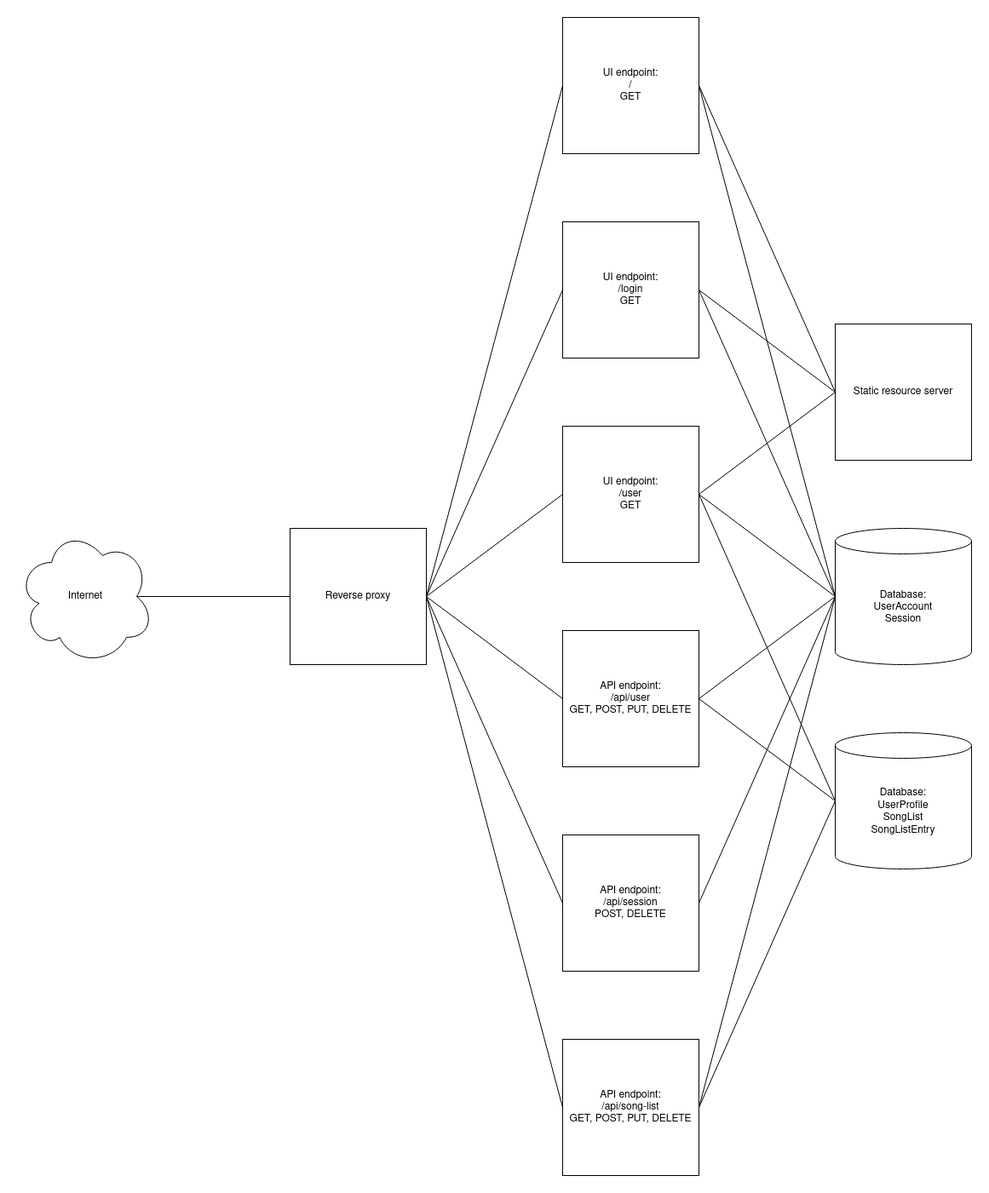
The draw.io diagram readme_assets/architecture.png in shinhugh/top-ten-playlist, before a commit. Source tidied: cells renumbered, new cells last; positions are measured from the earlier drawing's top-left corner, leaving out a move shared by most shapes.
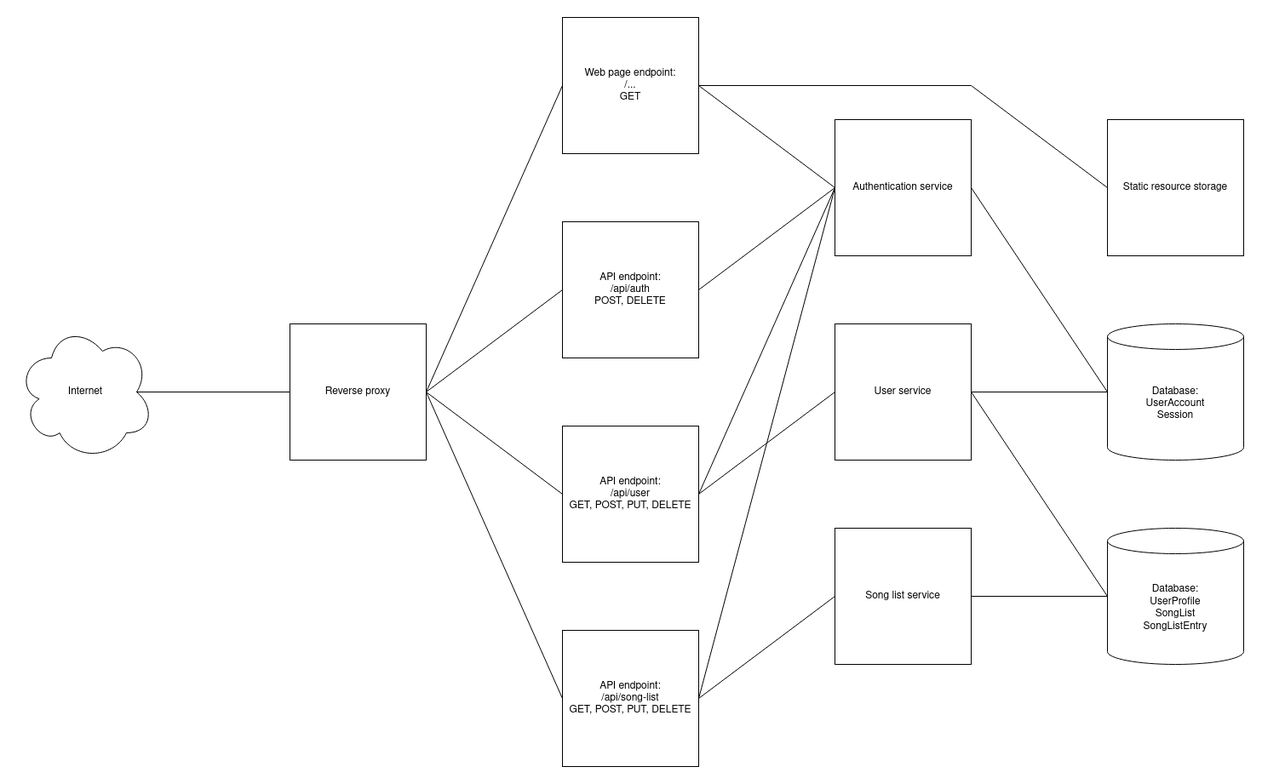
The same file after the commit.

Change to the diagram source:
```diff
@@ -3,94 +3,92 @@
     <mxCell id="0" />
     <mxCell id="1" parent="0" />
     <mxCell id="2" value="Internet" style="ellipse;shape=cloud;whiteSpace=wrap;html=1;fontSize=12;" parent="1" vertex="1">
-      <mxGeometry y="600" width="160" height="160" as="geometry" />
+      <mxGeometry x="1040" y="-1360" width="160" height="160" as="geometry" />
     </mxCell>
     <mxCell id="3" value="Reverse proxy" style="rounded=0;whiteSpace=wrap;html=1;fontSize=12;" parent="1" vertex="1">
-      <mxGeometry x="320" y="600" width="160" height="160" as="geometry" />
+      <mxGeometry x="1360" y="-1360" width="160" height="160" as="geometry" />
     </mxCell>
-    <mxCell id="4" value="Static resource server" style="rounded=0;whiteSpace=wrap;html=1;fontSize=12;" parent="1" vertex="1">
-      <mxGeometry x="960" y="360" width="160" height="160" as="geometry" />
-    </mxCell>
+    <mxCell id="32" value="Static resource storage" style="rounded=0;whiteSpace=wrap;html=1;fontSize=12;" parent="1" vertex="1">
+      <mxGeometry x="2320" y="-1600" width="160" height="160" as="geometry" />
+    </mxCell>
     <mxCell id="5" style="endArrow=none;startArrow=none;html=1;rounded=0;fontSize=12;startFill=0;endFill=0;entryX=0;entryY=0.5;entryDx=0;entryDy=0;exitX=0.875;exitY=0.5;exitDx=0;exitDy=0;exitPerimeter=0;" parent="1" edge="1" source="2" target="3">
       <mxGeometry relative="1" as="geometry" />
     </mxCell>
     <mxCell id="6" value="&lt;div&gt;Database:&lt;/div&gt;&lt;div&gt;UserAccount&lt;/div&gt;&lt;div&gt;Session&lt;/div&gt;" style="shape=cylinder3;whiteSpace=wrap;html=1;boundedLbl=1;backgroundOutline=1;size=15;fontSize=12;" parent="1" vertex="1">
-      <mxGeometry x="960" y="600" width="160" height="160" as="geometry" />
+      <mxGeometry x="2320" y="-1360" width="160" height="160" as="geometry" />
     </mxCell>
     <mxCell id="7" value="&lt;div&gt;Database:&lt;/div&gt;&lt;div&gt;UserProfile&lt;/div&gt;&lt;div&gt;SongList&lt;/div&gt;&lt;div&gt;SongListEntry&lt;/div&gt;" style="shape=cylinder3;whiteSpace=wrap;html=1;boundedLbl=1;backgroundOutline=1;size=15;fontSize=12;" parent="1" vertex="1">
-      <mxGeometry x="960" y="840" width="160" height="160" as="geometry" />
+      <mxGeometry x="2320" y="-1120" width="160" height="160" as="geometry" />
     </mxCell>
-    <mxCell id="8" value="&lt;div&gt;API endpoint:&lt;/div&gt;&lt;div&gt;/api/session&lt;/div&gt;&lt;div&gt;POST, DELETE&lt;br&gt;&lt;/div&gt;" style="rounded=0;whiteSpace=wrap;html=1;fontSize=12;" parent="1" vertex="1">
-      <mxGeometry x="640" y="960" width="160" height="160" as="geometry" />
-    </mxCell>
-    <mxCell id="9" style="endArrow=none;startArrow=none;html=1;rounded=0;fontSize=12;startFill=0;endFill=0;exitX=1;exitY=0.5;exitDx=0;exitDy=0;entryX=0;entryY=0.5;entryDx=0;entryDy=0;" parent="1" edge="1" source="3" target="8">
-      <mxGeometry relative="1" as="geometry" />
-    </mxCell>
-    <mxCell id="10" value="&lt;div&gt;UI endpoint:&lt;/div&gt;&lt;div&gt;/user&lt;/div&gt;&lt;div&gt;GET&lt;br&gt;&lt;/div&gt;" style="rounded=0;whiteSpace=wrap;html=1;fontSize=12;" parent="1" vertex="1">
-      <mxGeometry x="640" y="480" width="160" height="160" as="geometry" />
-    </mxCell>
-    <mxCell id="11" style="endArrow=none;startArrow=none;html=1;rounded=0;fontSize=12;startFill=0;endFill=0;exitX=1;exitY=0.5;exitDx=0;exitDy=0;entryX=0;entryY=0.5;entryDx=0;entryDy=0;" parent="1" edge="1" source="3" target="10">
-      <mxGeometry relative="1" as="geometry" />
-    </mxCell>
-    <mxCell id="12" style="endArrow=none;html=1;rounded=0;fontSize=20;exitX=1;exitY=0.5;exitDx=0;exitDy=0;entryX=0;entryY=0.5;entryDx=0;entryDy=0;" parent="1" edge="1" source="10" target="4">
-      <mxGeometry relative="1" as="geometry" />
-    </mxCell>
-    <mxCell id="13" style="endArrow=none;html=1;rounded=0;fontSize=20;exitX=1;exitY=0.5;exitDx=0;exitDy=0;entryX=0;entryY=0.5;entryDx=0;entryDy=0;entryPerimeter=0;" parent="1" edge="1" source="10" target="6">
-      <mxGeometry relative="1" as="geometry" />
-    </mxCell>
-    <mxCell id="14" style="endArrow=none;html=1;rounded=0;fontSize=20;exitX=1;exitY=0.5;exitDx=0;exitDy=0;entryX=0;entryY=0.5;entryDx=0;entryDy=0;entryPerimeter=0;" parent="1" edge="1" source="8" target="6">
-      <mxGeometry relative="1" as="geometry" />
-    </mxCell>
+    <mxCell id="33" value="&lt;div&gt;API endpoint:&lt;/div&gt;&lt;div&gt;/api/auth&lt;/div&gt;&lt;div&gt;POST, DELETE&lt;br&gt;&lt;/div&gt;" style="rounded=0;whiteSpace=wrap;html=1;fontSize=12;" parent="1" vertex="1">
+      <mxGeometry x="1680" y="-1480" width="160" height="160" as="geometry" />
+    </mxCell>
+    <mxCell id="34" style="endArrow=none;startArrow=none;html=1;rounded=0;fontSize=12;startFill=0;endFill=0;exitX=1;exitY=0.5;exitDx=0;exitDy=0;entryX=0;entryY=0.5;entryDx=0;entryDy=0;" parent="1" edge="1" source="3" target="33">
+      <mxGeometry relative="1" as="geometry" />
+    </mxCell>
     <mxCell id="15" value="&lt;div&gt;API endpoint:&lt;/div&gt;&lt;div&gt;/api/user&lt;/div&gt;&lt;div&gt;GET, POST, PUT, DELETE&lt;br&gt;&lt;/div&gt;" style="rounded=0;whiteSpace=wrap;html=1;fontSize=12;" parent="1" vertex="1">
-      <mxGeometry x="640" y="720" width="160" height="160" as="geometry" />
+      <mxGeometry x="1680" y="-1240" width="160" height="160" as="geometry" />
     </mxCell>
     <mxCell id="16" style="endArrow=none;html=1;rounded=0;fontSize=20;exitX=1;exitY=0.5;exitDx=0;exitDy=0;entryX=0;entryY=0.5;entryDx=0;entryDy=0;" parent="1" edge="1" source="3" target="15">
       <mxGeometry relative="1" as="geometry" />
     </mxCell>
-    <mxCell id="17" style="endArrow=none;html=1;rounded=0;fontSize=20;exitX=1;exitY=0.5;exitDx=0;exitDy=0;entryX=0;entryY=0.5;entryDx=0;entryDy=0;entryPerimeter=0;" parent="1" edge="1" source="15" target="6">
-      <mxGeometry relative="1" as="geometry" />
-    </mxCell>
     <mxCell id="18" value="&lt;div&gt;API endpoint:&lt;/div&gt;&lt;div&gt;/api/song-list&lt;/div&gt;&lt;div&gt;GET, POST, PUT, DELETE&lt;br&gt;&lt;/div&gt;" style="rounded=0;whiteSpace=wrap;html=1;fontSize=12;" parent="1" vertex="1">
-      <mxGeometry x="640" y="1200" width="160" height="160" as="geometry" />
+      <mxGeometry x="1680" y="-1000" width="160" height="160" as="geometry" />
     </mxCell>
-    <mxCell id="19" style="endArrow=none;html=1;rounded=0;fontSize=20;entryX=0;entryY=0.5;entryDx=0;entryDy=0;entryPerimeter=0;exitX=1;exitY=0.5;exitDx=0;exitDy=0;" parent="1" edge="1" source="15" target="7">
-      <mxGeometry relative="1" as="geometry" />
-    </mxCell>
-    <mxCell id="20" style="endArrow=none;html=1;rounded=0;fontSize=20;exitX=1;exitY=0.5;exitDx=0;exitDy=0;entryX=0;entryY=0.5;entryDx=0;entryDy=0;entryPerimeter=0;" parent="1" edge="1" source="18" target="6">
-      <mxGeometry relative="1" as="geometry" />
-    </mxCell>
-    <mxCell id="21" style="endArrow=none;html=1;rounded=0;fontSize=20;exitX=1;exitY=0.5;exitDx=0;exitDy=0;entryX=0;entryY=0.5;entryDx=0;entryDy=0;entryPerimeter=0;" parent="1" edge="1" source="18" target="7">
-      <mxGeometry relative="1" as="geometry" />
-    </mxCell>
     <mxCell id="22" style="endArrow=none;startArrow=none;html=1;rounded=0;fontSize=12;startFill=0;endFill=0;entryX=0;entryY=0.5;entryDx=0;entryDy=0;exitX=1;exitY=0.5;exitDx=0;exitDy=0;" parent="1" edge="1" source="3" target="18">
       <mxGeometry relative="1" as="geometry" />
     </mxCell>
-    <mxCell id="23" value="&lt;div&gt;UI endpoint:&lt;/div&gt;&lt;div&gt;/login&lt;/div&gt;&lt;div&gt;GET&lt;/div&gt;" style="rounded=0;whiteSpace=wrap;html=1;fontSize=12;" parent="1" vertex="1">
-      <mxGeometry x="640" y="240" width="160" height="160" as="geometry" />
-    </mxCell>
-    <mxCell id="24" value="&lt;div&gt;UI endpoint:&lt;/div&gt;&lt;div&gt;/&lt;/div&gt;&lt;div&gt;GET&lt;/div&gt;" style="rounded=0;whiteSpace=wrap;html=1;fontSize=12;" parent="1" vertex="1">
-      <mxGeometry x="640" width="160" height="160" as="geometry" />
-    </mxCell>
-    <mxCell id="25" style="endArrow=none;startArrow=none;html=1;rounded=0;fontSize=12;startFill=0;endFill=0;exitX=1;exitY=0.5;exitDx=0;exitDy=0;entryX=0;entryY=0.5;entryDx=0;entryDy=0;" parent="1" edge="1" source="3" target="23">
-      <mxGeometry relative="1" as="geometry" />
-    </mxCell>
-    <mxCell id="26" style="endArrow=none;startArrow=none;html=1;rounded=0;fontSize=12;startFill=0;endFill=0;entryX=0;entryY=0.5;entryDx=0;entryDy=0;exitX=1;exitY=0.5;exitDx=0;exitDy=0;" parent="1" edge="1" source="3" target="24">
-      <mxGeometry relative="1" as="geometry" />
-    </mxCell>
-    <mxCell id="27" style="endArrow=none;html=1;rounded=0;fontSize=20;exitX=1;exitY=0.5;exitDx=0;exitDy=0;entryX=0;entryY=0.5;entryDx=0;entryDy=0;" parent="1" edge="1" source="24" target="4">
-      <mxGeometry relative="1" as="geometry" />
-    </mxCell>
-    <mxCell id="28" style="endArrow=none;html=1;rounded=0;fontSize=20;exitX=1;exitY=0.5;exitDx=0;exitDy=0;entryX=0;entryY=0.5;entryDx=0;entryDy=0;" parent="1" edge="1" source="23" target="4">
-      <mxGeometry relative="1" as="geometry" />
-    </mxCell>
-    <mxCell id="29" style="endArrow=none;html=1;rounded=0;fontSize=20;entryX=0;entryY=0.5;entryDx=0;entryDy=0;entryPerimeter=0;exitX=1;exitY=0.5;exitDx=0;exitDy=0;" parent="1" edge="1" source="10" target="7">
-      <mxGeometry relative="1" as="geometry" />
-    </mxCell>
-    <mxCell id="30" style="endArrow=none;html=1;rounded=0;fontSize=20;exitX=1;exitY=0.5;exitDx=0;exitDy=0;entryX=0;entryY=0.5;entryDx=0;entryDy=0;entryPerimeter=0;" parent="1" edge="1" source="23" target="6">
-      <mxGeometry relative="1" as="geometry" />
-    </mxCell>
-    <mxCell id="31" style="endArrow=none;html=1;rounded=0;fontSize=20;entryX=0;entryY=0.5;entryDx=0;entryDy=0;exitX=1;exitY=0.5;exitDx=0;exitDy=0;entryPerimeter=0;" parent="1" edge="1" source="24" target="6">
-      <mxGeometry relative="1" as="geometry" />
-    </mxCell>
+    <mxCell id="35" value="&lt;div&gt;Web page endpoint:&lt;/div&gt;&lt;div&gt;/...&lt;br&gt;&lt;/div&gt;&lt;div&gt;GET&lt;/div&gt;" style="rounded=0;whiteSpace=wrap;html=1;fontSize=12;" parent="1" vertex="1">
+      <mxGeometry x="1680" y="-1720" width="160" height="160" as="geometry" />
+    </mxCell>
+    <mxCell id="36" style="endArrow=none;startArrow=none;html=1;rounded=0;fontSize=12;startFill=0;endFill=0;entryX=0;entryY=0.5;entryDx=0;entryDy=0;exitX=1;exitY=0.5;exitDx=0;exitDy=0;" parent="1" edge="1" source="3" target="35">
+      <mxGeometry relative="1" as="geometry" />
+    </mxCell>
+    <mxCell id="37" value="Authentication service" style="rounded=0;whiteSpace=wrap;html=1;fontSize=12;" parent="1" vertex="1">
+      <mxGeometry x="2000" y="-1600" width="160" height="160" as="geometry" />
+    </mxCell>
+    <mxCell id="38" value="User service" style="rounded=0;whiteSpace=wrap;html=1;fontSize=12;" parent="1" vertex="1">
+      <mxGeometry x="2000" y="-1360" width="160" height="160" as="geometry" />
+    </mxCell>
+    <mxCell id="39" value="Song list service" style="rounded=0;whiteSpace=wrap;html=1;fontSize=12;" parent="1" vertex="1">
+      <mxGeometry x="2000" y="-1120" width="160" height="160" as="geometry" />
+    </mxCell>
+    <mxCell id="40" style="endArrow=none;html=1;rounded=0;exitX=1;exitY=0.5;exitDx=0;exitDy=0;entryX=0;entryY=0.5;entryDx=0;entryDy=0;" parent="1" edge="1" source="35" target="37">
+      <mxGeometry relative="1" as="geometry" />
+    </mxCell>
+    <mxCell id="41" style="endArrow=none;html=1;rounded=0;exitX=1;exitY=0.5;exitDx=0;exitDy=0;entryX=0;entryY=0.5;entryDx=0;entryDy=0;" parent="1" edge="1" source="33" target="37">
+      <mxGeometry relative="1" as="geometry" />
+    </mxCell>
+    <mxCell id="42" style="endArrow=none;html=1;rounded=0;exitX=1;exitY=0.5;exitDx=0;exitDy=0;entryX=0;entryY=0.5;entryDx=0;entryDy=0;" parent="1" edge="1" source="15" target="37">
+      <mxGeometry relative="1" as="geometry" />
+    </mxCell>
+    <mxCell id="43" style="endArrow=none;html=1;rounded=0;exitX=1;exitY=0.5;exitDx=0;exitDy=0;entryX=0;entryY=0.5;entryDx=0;entryDy=0;" parent="1" edge="1" source="18" target="37">
+      <mxGeometry relative="1" as="geometry" />
+    </mxCell>
+    <mxCell id="44" style="endArrow=none;html=1;rounded=0;exitX=1;exitY=0.5;exitDx=0;exitDy=0;entryX=0;entryY=0.5;entryDx=0;entryDy=0;" parent="1" edge="1" source="35" target="32">
+      <mxGeometry relative="1" as="geometry">
+        <Array as="points">
+          <mxPoint x="2160" y="-1640" />
+        </Array>
+      </mxGeometry>
+    </mxCell>
+    <mxCell id="45" style="endArrow=none;html=1;rounded=0;exitX=1;exitY=0.5;exitDx=0;exitDy=0;entryX=0;entryY=0.5;entryDx=0;entryDy=0;" parent="1" edge="1" source="18" target="39">
+      <mxGeometry relative="1" as="geometry" />
+    </mxCell>
+    <mxCell id="46" style="endArrow=none;html=1;rounded=0;exitX=1;exitY=0.5;exitDx=0;exitDy=0;entryX=0;entryY=0.5;entryDx=0;entryDy=0;" parent="1" edge="1" source="15" target="38">
+      <mxGeometry relative="1" as="geometry" />
+    </mxCell>
+    <mxCell id="47" style="endArrow=none;html=1;rounded=0;exitX=1;exitY=0.5;exitDx=0;exitDy=0;entryX=0;entryY=0.5;entryDx=0;entryDy=0;entryPerimeter=0;" parent="1" edge="1" source="37" target="6">
+      <mxGeometry relative="1" as="geometry" />
+    </mxCell>
+    <mxCell id="48" style="endArrow=none;html=1;rounded=0;exitX=1;exitY=0.5;exitDx=0;exitDy=0;entryX=0;entryY=0.5;entryDx=0;entryDy=0;entryPerimeter=0;" parent="1" edge="1" source="38" target="6">
+      <mxGeometry relative="1" as="geometry" />
+    </mxCell>
+    <mxCell id="49" style="endArrow=none;html=1;rounded=0;exitX=1;exitY=0.5;exitDx=0;exitDy=0;entryX=0;entryY=0.5;entryDx=0;entryDy=0;entryPerimeter=0;" parent="1" edge="1" source="38" target="7">
+      <mxGeometry relative="1" as="geometry" />
+    </mxCell>
+    <mxCell id="50" style="endArrow=none;html=1;rounded=0;exitX=1;exitY=0.5;exitDx=0;exitDy=0;entryX=0;entryY=0.5;entryDx=0;entryDy=0;entryPerimeter=0;" parent="1" edge="1" source="39" target="7">
+      <mxGeometry relative="1" as="geometry" />
+    </mxCell>
   </root>
 </mxGraphModel>
```
